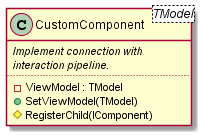
This is docs/diagrams/component-system.png from akobr/blazor.widgetised, a PlantUML export, as it was before one commit.
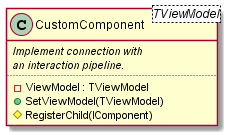
Above is the later version.

The edit, as a diff of the source:
```diff
@@ -1,11 +1,11 @@
 @startuml component-system
 
-class CustomComponent<TModel> {
+class CustomComponent<TViewModel> {
     <i>Implement connection with</i>
-    <i>interaction pipeline.</i>
+    <i>an interaction pipeline.</i>
     ..
-    -ViewModel : TModel
-    +SetViewModel(TModel)
+    -ViewModel : TViewModel
+    +SetViewModel(TViewModel)
     #RegisterChild(IComponent)
 }
 
```
